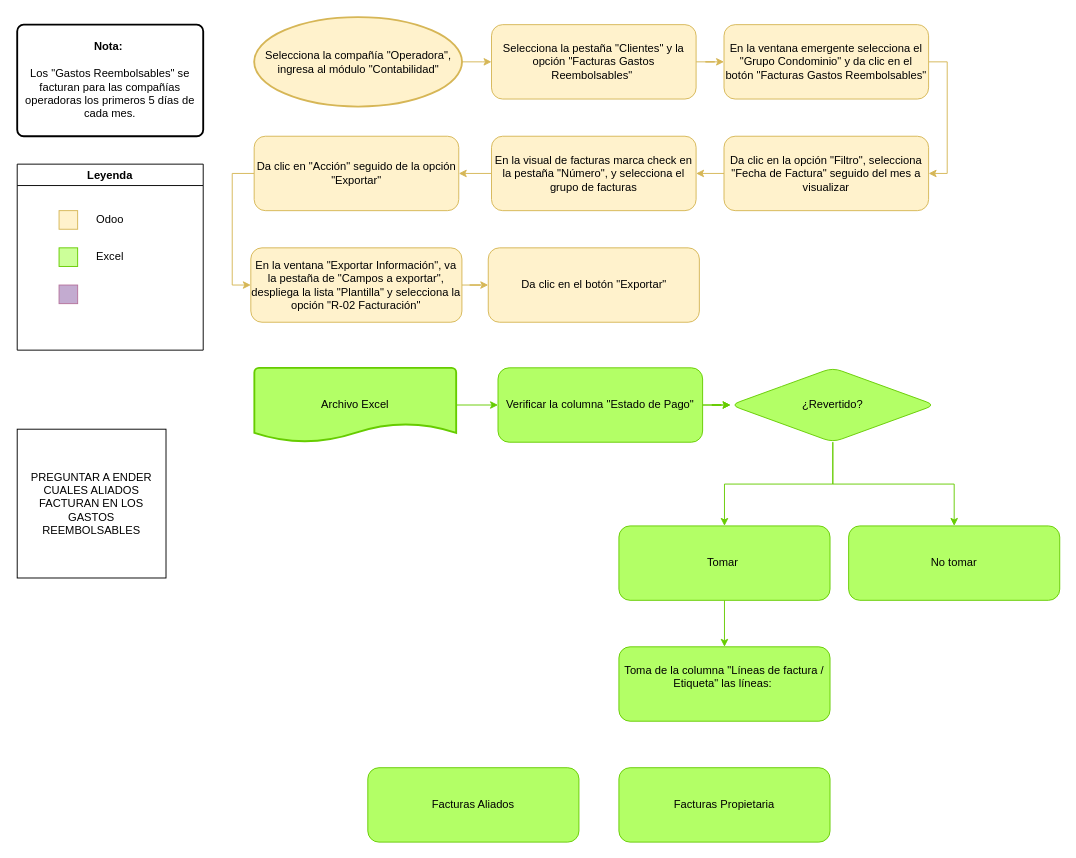
Before: page "Gastos Reembolsables" (2 of 5) of Proceso Indicadores Facturación de Renta.drawio in patycodejs/codealo-commerce, a draw.io diagram. Source tidied: cells renumbered, new cells numbered last; positions are measured from the earlier drawing's top-left corner, leaving out a move shared by most shapes. Both pictures are drawn from the tidied source at 93%, with x=0, y=0 at pixel (17, 17).
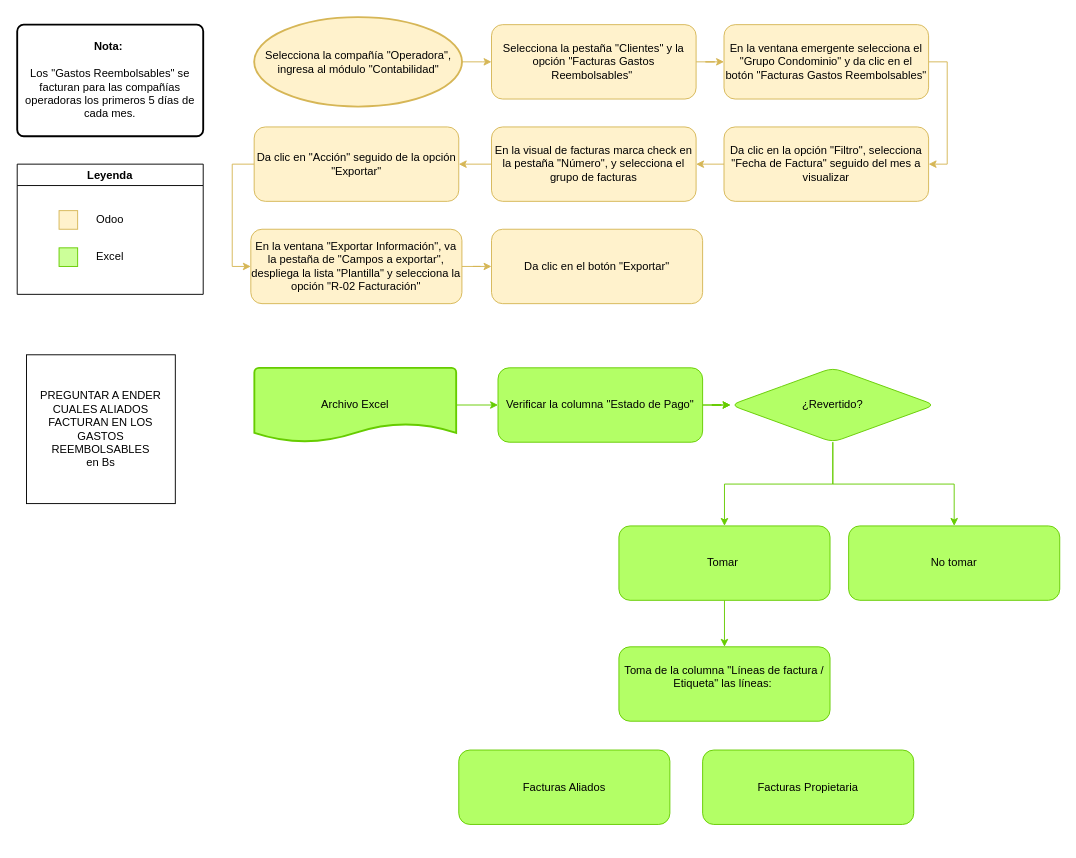
The same diagram, later.

Change to the diagram source:
```diff
@@
     <mxCell id="6" value="Da clic en la opción &quot;Filtro&quot;, selecciona &quot;Fecha de Factura&quot; seguido del mes a visualizar" style="rounded=1;whiteSpace=wrap;html=1;fontSize=12;glass=0;strokeWidth=1;shadow=0;fillColor=#fff2cc;strokeColor=#d6b656;" parent="1" vertex="1">
-      <mxGeometry x="760" y="128" width="220" height="80" as="geometry" />
+      <mxGeometry x="760" y="118" width="220" height="80" as="geometry" />
     </mxCell>
@@
     <mxCell id="8" value="En la visual de facturas marca check en la pestaña &quot;Número&quot;, y selecciona el grupo de facturas" style="rounded=1;whiteSpace=wrap;html=1;fontSize=12;glass=0;strokeWidth=1;shadow=0;fillColor=#FFF2CC;strokeColor=#d6b656;" parent="1" vertex="1">
-      <mxGeometry x="510" y="128" width="220" height="80" as="geometry" />
+      <mxGeometry x="510" y="118" width="220" height="80" as="geometry" />
     </mxCell>
@@
     <mxCell id="10" value="Da clic en &quot;Acción&quot; seguido de la opción &quot;Exportar&quot;" style="rounded=1;whiteSpace=wrap;html=1;fontSize=12;glass=0;strokeWidth=1;shadow=0;fillColor=#fff2cc;strokeColor=#d6b656;" parent="1" vertex="1">
-      <mxGeometry x="254.8" y="128" width="220" height="80" as="geometry" />
+      <mxGeometry x="254.8" y="118" width="220" height="80" as="geometry" />
     </mxCell>
@@
     <mxCell id="12" value="En la ventana &quot;Exportar Información&quot;, va la pestaña de &quot;Campos a exportar&quot;, despliega la lista &quot;Plantilla&quot; y selecciona la opción &quot;R-02 Facturación&quot;" style="rounded=1;whiteSpace=wrap;html=1;fontSize=12;glass=0;strokeWidth=1;shadow=0;fillColor=#fff2cc;strokeColor=#d6b656;" parent="1" vertex="1">
-      <mxGeometry x="251.2" y="248" width="227" height="80" as="geometry" />
+      <mxGeometry x="251.2" y="228" width="227" height="80" as="geometry" />
     </mxCell>
     <mxCell id="13" value="Leyenda" style="swimlane;whiteSpace=wrap;html=1;" parent="1" vertex="1">
-      <mxGeometry y="158" width="200" height="200" as="geometry" />
+      <mxGeometry y="158" width="200" height="140" as="geometry" />
     </mxCell>
@@
-    <mxCell id="18" style="whiteSpace=wrap;html=1;fillColor=#C3ABD0;strokeColor=#B5739D;" parent="13" vertex="1">
-      <mxGeometry x="45" y="130" width="20" height="20" as="geometry" />
-    </mxCell>
     <mxCell id="19" value="Da clic en el botón &quot;Exportar&quot;" style="rounded=1;whiteSpace=wrap;html=1;fontSize=12;glass=0;strokeWidth=1;shadow=0;fillColor=#fff2cc;strokeColor=#d6b656;" parent="1" vertex="1">
-      <mxGeometry x="506.5" y="248" width="227" height="80" as="geometry" />
+      <mxGeometry x="510" y="228" width="227" height="80" as="geometry" />
     </mxCell>
@@
     <mxCell id="38" value="Facturas Aliados" style="rounded=1;whiteSpace=wrap;html=1;fontSize=12;glass=0;strokeWidth=1;shadow=0;fillColor=#B3FF66;strokeColor=#66CC00;" parent="1" vertex="1">
-      <mxGeometry x="377" y="807" width="227" height="80" as="geometry" />
+      <mxGeometry x="474.8" y="788" width="227" height="80" as="geometry" />
     </mxCell>
     <mxCell id="39" value="Facturas Propietaria" style="rounded=1;whiteSpace=wrap;html=1;fontSize=12;glass=0;strokeWidth=1;shadow=0;fillColor=#B3FF66;strokeColor=#66CC00;" parent="1" vertex="1">
-      <mxGeometry x="647" y="807" width="227" height="80" as="geometry" />
+      <mxGeometry x="737" y="788" width="227" height="80" as="geometry" />
     </mxCell>
-    <mxCell id="40" value="PREGUNTAR A ENDER CUALES ALIADOS FACTURAN EN LOS GASTOS REEMBOLSABLES" style="whiteSpace=wrap;html=1;" parent="1" vertex="1">
-      <mxGeometry y="443" width="160" height="160" as="geometry" />
+    <mxCell id="40" value="PREGUNTAR A ENDER CUALES ALIADOS FACTURAN EN LOS GASTOS REEMBOLSABLES&lt;div&gt;en Bs&lt;/div&gt;" style="whiteSpace=wrap;html=1;" parent="1" vertex="1">
+      <mxGeometry x="10" y="363" width="160" height="160" as="geometry" />
     </mxCell>
```
